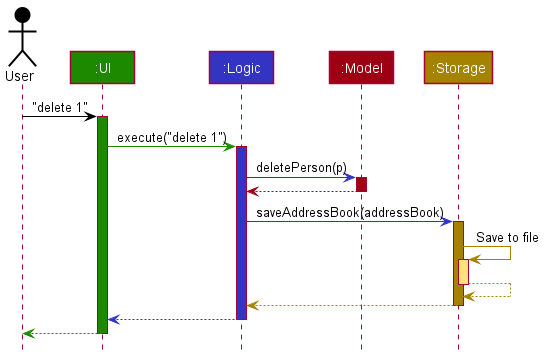
This is docs/diagrams/ArchitectureSequenceDiagram.png from yu-ming-chen/tp, a PlantUML export, as it was before one commit.
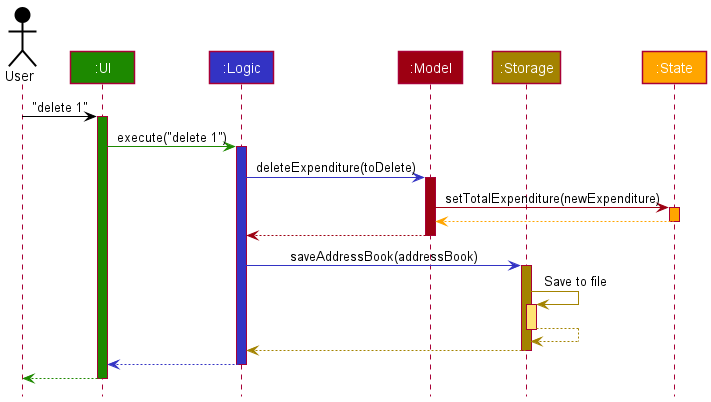
After the change.

Commit message:
Add design considerations for Dynamic updating, fix architecture diagram

The edit, as a diff of the source:
```diff
@@ -6,6 +6,7 @@
 Participant ":Logic" as logic LOGIC_COLOR
 Participant ":Model" as model MODEL_COLOR
 Participant ":Storage" as storage STORAGE_COLOR
+Participant ":State" as state #Orange
 
 user -[USER_COLOR]> ui : "delete 1"
 activate ui UI_COLOR
@@ -13,8 +14,13 @@
 ui -[UI_COLOR]> logic : execute("delete 1")
 activate logic LOGIC_COLOR
 
-logic -[LOGIC_COLOR]> model : deletePerson(p)
+logic -[LOGIC_COLOR]> model : deleteExpenditure(toDelete)
 activate model MODEL_COLOR
+
+model -[MODEL_COLOR]> state : setTotalExpenditure(newExpenditure)
+activate state #Orange
+state -[#Orange]-> model
+deactivate state
 
 model -[MODEL_COLOR]-> logic
 deactivate model
```
